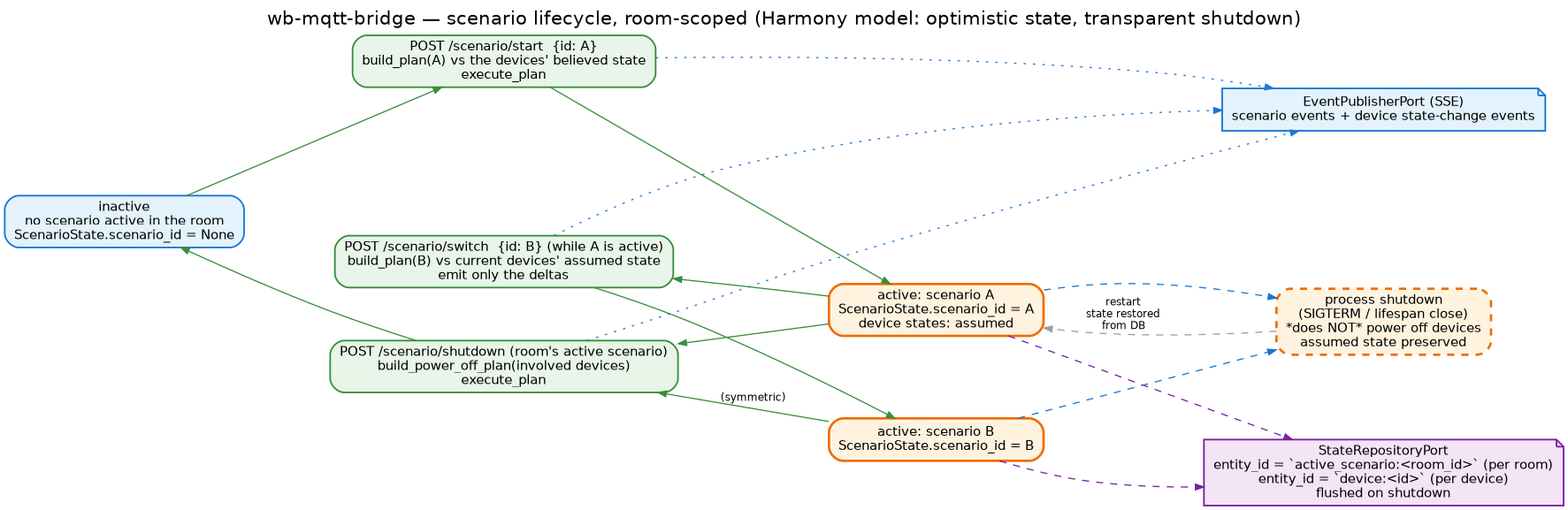
This is docs/images/scenario-lifecycle.png from droman42/wb-mqtt-bridge, a Graphviz export, as it was before one commit. Its source is kept beside it as docs/images/scenario-lifecycle.dot.
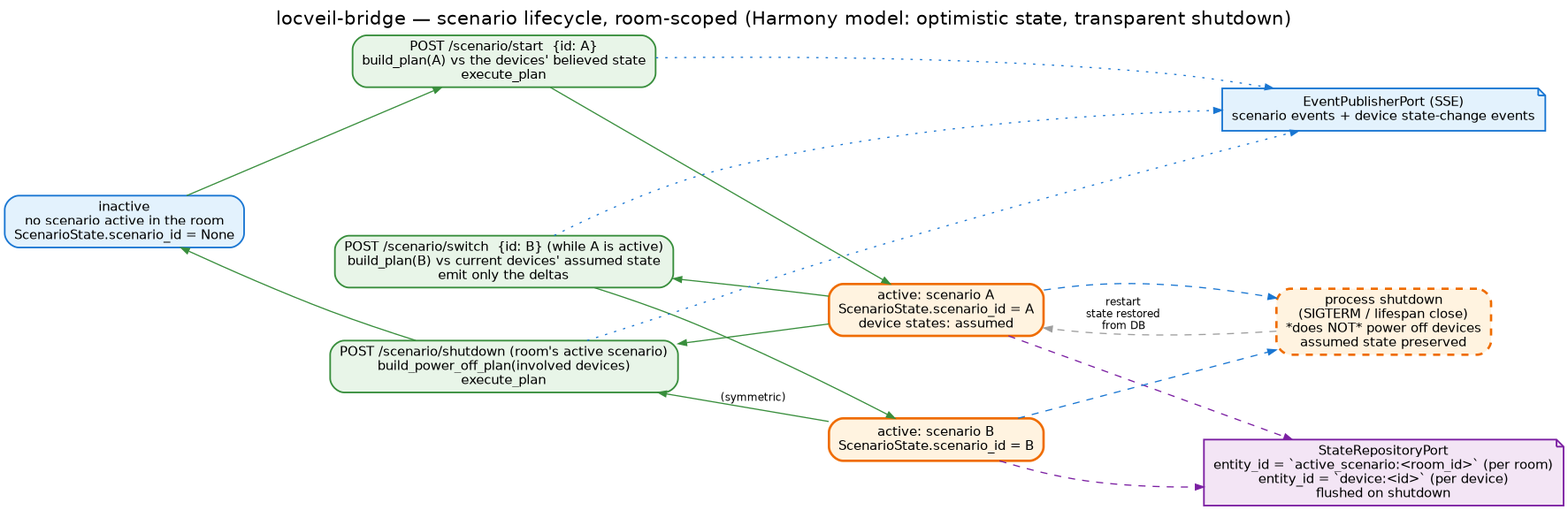
Later version of the same file.

The edit, as a diff of the source:
```diff
@@ -4,7 +4,7 @@
   splines=spline;
   nodesep=0.55; ranksep=1.0;
   fontname="Helvetica"; labelloc=t; fontsize=16;
-  label="wb-mqtt-bridge — scenario lifecycle, room-scoped (Harmony model: optimistic state, transparent shutdown)";
+  label="locveil-bridge — scenario lifecycle, room-scoped (Harmony model: optimistic state, transparent shutdown)";
 
   node [fontname="Helvetica", fontsize=11, shape=box, style="filled,rounded", penwidth=1.4];
   edge [fontname="Helvetica", fontsize=9, color="#1976d2", arrowsize=0.7];
```
